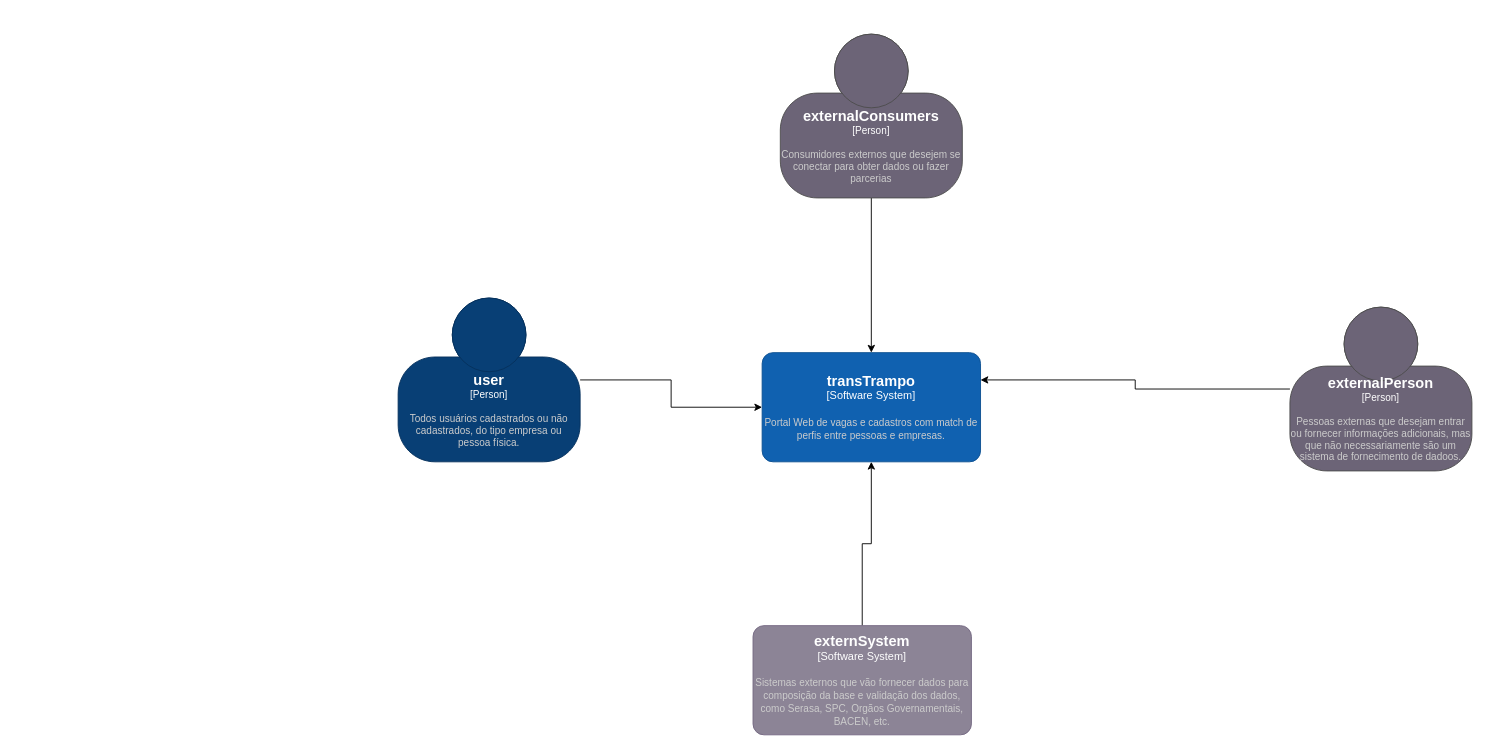
Before: page "C4 Model - Diagrama de Contexto" (2 of 3) of des-arqt-sol-ttr-cadastro-usuario-0001.drawio in lorenaabreu/transtrampoarq, a draw.io diagram. Source tidied: cells renumbered, new cells numbered last; positions are measured from the earlier drawing's top-left corner, leaving out a move shared by most shapes. Both pictures are drawn from the tidied source at 91%, with x=0, y=0 at pixel (398, 34).
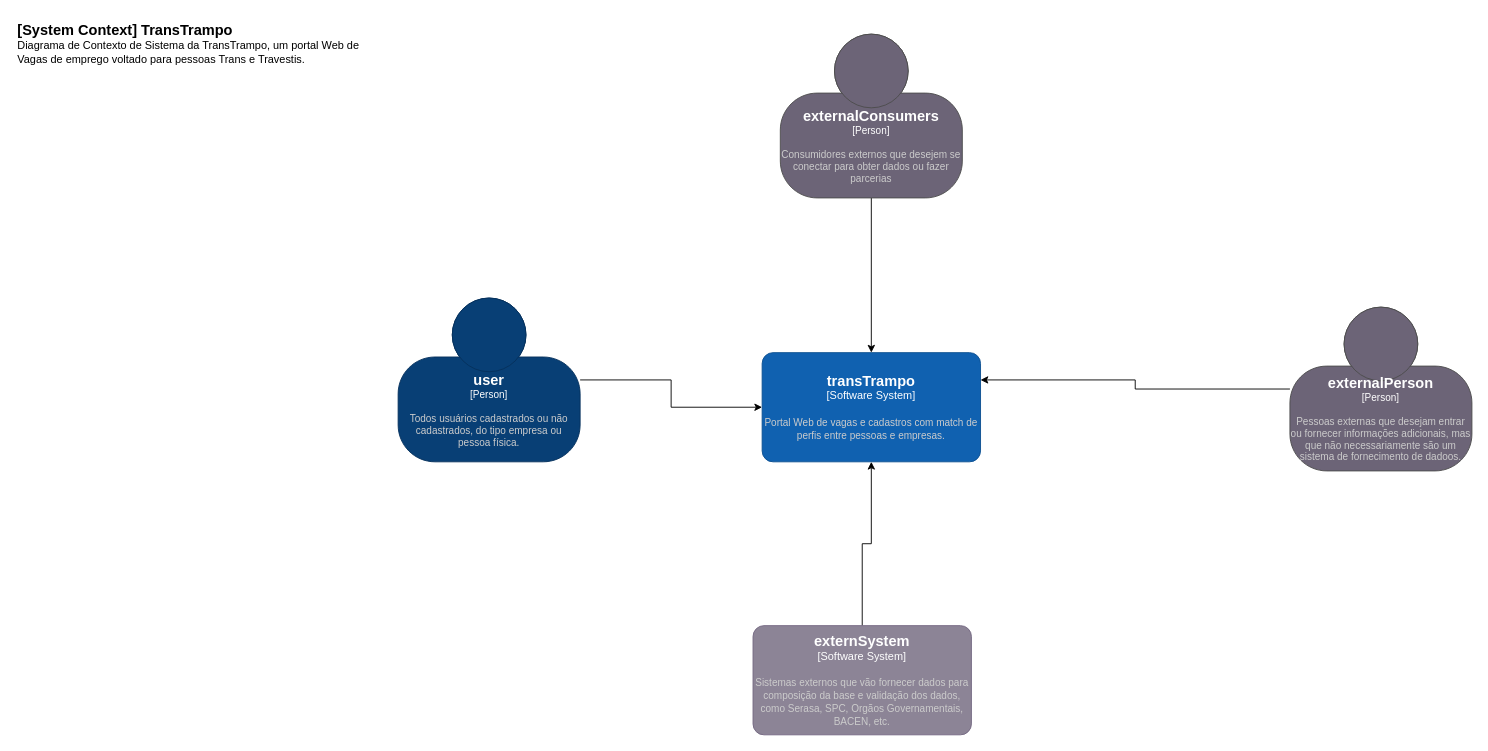
The same diagram, later.

Commit message:
FIX: Criação do Diagrama de Containers no C4 Model

The edit, as a diff of the source:
```diff
@@
 <mxGraphModel>
   <root>
     <mxCell id="0" />
     <mxCell id="1" parent="0" />
     <mxCell id="2" style="edgeStyle=orthogonalEdgeStyle;rounded=0;jettySize=auto;html=1;" parent="1" edge="1" source="3" target="6">
       <mxGeometry relative="1" as="geometry" />
     </mxCell>
     <object id="3" label="&lt;font style=&quot;font-size: 16px&quot;&gt;&lt;b&gt;%c4Name%&lt;/b&gt;&lt;/font&gt;&lt;div&gt;[%c4Type%]&lt;/div&gt;&lt;br&gt;&lt;div&gt;&lt;font style=&quot;font-size: 11px&quot;&gt;&lt;font color=&quot;#cccccc&quot;&gt;%c4Description%&lt;/font&gt;&lt;/div&gt;" c4Description="Todos usuários cadastrados ou não cadastrados, do tipo empresa ou pessoa física." c4Name="user" c4Type="Person" placeholders="1">
       <mxCell style="html=1;fontSize=11;dashed=0;whiteSpace=wrap;fillColor=#083F75;strokeColor=#06315C;fontColor=#ffffff;shape=mxgraph.c4.person2;align=center;points=[[0.5,0,0],[1,0.5,0],[1,0.75,0],[0.75,1,0],[0.5,1,0],[0.25,1,0],[0,0.75,0],[0,0.5,0]];" parent="1" vertex="1">
         <mxGeometry y="290" width="200" height="180" as="geometry" />
       </mxCell>
     </object>
     <mxCell id="4" style="edgeStyle=orthogonalEdgeStyle;rounded=0;jettySize=auto;html=1;exitX=0.5;exitY=1;exitDx=0;exitDy=0;exitPerimeter=0;" parent="1" edge="1" source="5" target="6">
       <mxGeometry relative="1" as="geometry" />
     </mxCell>
     <object id="5" label="&lt;font style=&quot;font-size: 16px&quot;&gt;&lt;b&gt;%c4Name%&lt;/b&gt;&lt;/font&gt;&lt;div&gt;[%c4Type%]&lt;/div&gt;&lt;br&gt;&lt;div&gt;&lt;font style=&quot;font-size: 11px&quot;&gt;&lt;font color=&quot;#cccccc&quot;&gt;%c4Description%&lt;/font&gt;&lt;/div&gt;" c4Description="Consumidores externos que desejem se conectar para obter dados ou fazer parcerias" c4Name="externalConsumers" c4Type="Person" placeholders="1">
       <mxCell style="html=1;fontSize=11;dashed=0;whiteSpace=wrap;fillColor=#6C6477;strokeColor=#4D4D4D;fontColor=#ffffff;shape=mxgraph.c4.person2;align=center;points=[[0.5,0,0],[1,0.5,0],[1,0.75,0],[0.75,1,0],[0.5,1,0],[0.25,1,0],[0,0.75,0],[0,0.5,0]];" parent="1" vertex="1">
         <mxGeometry x="420" width="200" height="180" as="geometry" />
       </mxCell>
     </object>
     <object id="6" label="&lt;font style=&quot;font-size: 16px&quot;&gt;&lt;b&gt;%c4Name%&lt;/b&gt;&lt;/font&gt;&lt;div&gt;[%c4Type%]&lt;/div&gt;&lt;br&gt;&lt;div&gt;&lt;font style=&quot;font-size: 11px&quot;&gt;&lt;font color=&quot;#cccccc&quot;&gt;%c4Description%&lt;/font&gt;&lt;/div&gt;" c4Description="Portal Web de vagas e cadastros com match de perfis entre pessoas e empresas." c4Name="transTrampo" c4Type="Software System" placeholders="1">
       <mxCell style="rounded=1;whiteSpace=wrap;html=1;labelBackgroundColor=none;fillColor=#1061B0;fontColor=#ffffff;align=center;arcSize=10;strokeColor=#0D5091;points=[[0.25,0,0],[0.5,0,0],[0.75,0,0],[1,0.25,0],[1,0.5,0],[1,0.75,0],[0.75,1,0],[0.5,1,0],[0.25,1,0],[0,0.75,0],[0,0.5,0],[0,0.25,0]];" parent="1" vertex="1">
         <mxGeometry x="400" y="350" width="240" height="120" as="geometry" />
       </mxCell>
     </object>
     <mxCell id="7" style="edgeStyle=orthogonalEdgeStyle;rounded=0;jettySize=auto;html=1;" parent="1" edge="1" source="8" target="6">
       <mxGeometry relative="1" as="geometry" />
     </mxCell>
     <object id="8" label="&lt;font style=&quot;font-size: 16px&quot;&gt;&lt;b&gt;%c4Name%&lt;/b&gt;&lt;/font&gt;&lt;div&gt;[%c4Type%]&lt;/div&gt;&lt;br&gt;&lt;div&gt;&lt;font style=&quot;font-size: 11px&quot;&gt;&lt;font color=&quot;#cccccc&quot;&gt;%c4Description%&lt;/font&gt;&lt;/div&gt;" c4Description="Sistemas externos que vão fornecer dados para composição da base e validação dos dados, como Serasa, SPC, Orgãos Governamentais, BACEN, etc." c4Name="externSystem" c4Type="Software System" placeholders="1">
       <mxCell style="rounded=1;whiteSpace=wrap;html=1;labelBackgroundColor=none;fillColor=#8C8496;fontColor=#ffffff;align=center;arcSize=10;strokeColor=#736782;points=[[0.25,0,0],[0.5,0,0],[0.75,0,0],[1,0.25,0],[1,0.5,0],[1,0.75,0],[0.75,1,0],[0.5,1,0],[0.25,1,0],[0,0.75,0],[0,0.5,0],[0,0.25,0]];" parent="1" vertex="1">
         <mxGeometry x="390" y="650" width="240" height="120" as="geometry" />
       </mxCell>
     </object>
     <object id="9" label="&lt;font style=&quot;font-size: 16px&quot;&gt;&lt;b&gt;%c4Name%&lt;/b&gt;&lt;/font&gt;&lt;div&gt;[%c4Type%]&lt;/div&gt;&lt;br&gt;&lt;div&gt;&lt;font style=&quot;font-size: 11px&quot;&gt;&lt;font color=&quot;#cccccc&quot;&gt;%c4Description%&lt;/font&gt;&lt;/div&gt;" c4Description="Pessoas externas que desejam entrar ou fornecer informações adicionais, mas que não necessariamente são um sistema de fornecimento de dadoos." c4Name="externalPerson" c4Type="Person" placeholders="1">
       <mxCell style="html=1;fontSize=11;dashed=0;whiteSpace=wrap;fillColor=#6C6477;strokeColor=#4D4D4D;fontColor=#ffffff;shape=mxgraph.c4.person2;align=center;points=[[0.5,0,0],[1,0.5,0],[1,0.75,0],[0.75,1,0],[0.5,1,0],[0.25,1,0],[0,0.75,0],[0,0.5,0]];" parent="1" vertex="1">
         <mxGeometry x="980" y="300" width="200" height="180" as="geometry" />
       </mxCell>
     </object>
     <mxCell id="10" style="edgeStyle=orthogonalEdgeStyle;rounded=0;jettySize=auto;html=1;entryX=1;entryY=0.25;entryDx=0;entryDy=0;entryPerimeter=0;" parent="1" edge="1" source="9" target="6">
       <mxGeometry relative="1" as="geometry" />
     </mxCell>
+    <object id="11" label="&lt;font style=&quot;font-size: 16px&quot;&gt;&lt;b&gt;&lt;div style=&quot;text-align: left&quot;&gt;%c4Name%&lt;/div&gt;&lt;/b&gt;&lt;/font&gt;&lt;div style=&quot;text-align: left&quot;&gt;%c4Description%&lt;/div&gt;" c4Description="Diagrama de Contexto de Sistema da TransTrampo, um portal Web de Vagas de emprego voltado para pessoas Trans e Travestis." c4Name="[System Context] TransTrampo" placeholders="1">
+      <mxCell style="text;html=1;strokeColor=none;fillColor=none;align=left;verticalAlign=top;whiteSpace=wrap;rounded=0;" parent="1" vertex="1">
+        <mxGeometry x="-420" y="-20" width="390" height="60" as="geometry" />
+      </mxCell>
+    </object>
   </root>
 </mxGraphModel>
```
